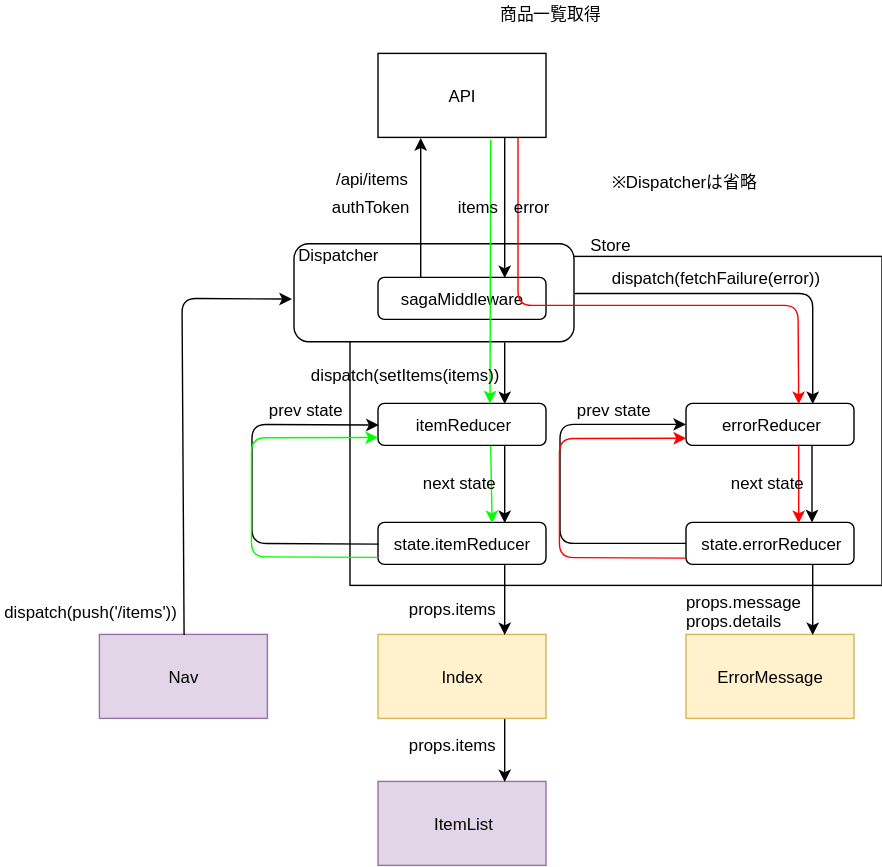
This is diagram/dataFlow/index.svg from emgniddikur/react-app, a draw.io export, as it was before one commit. Source tidied: cells renumbered, new cells last; positions are measured from the earlier drawing's top-left corner, leaving out a move shared by most shapes.
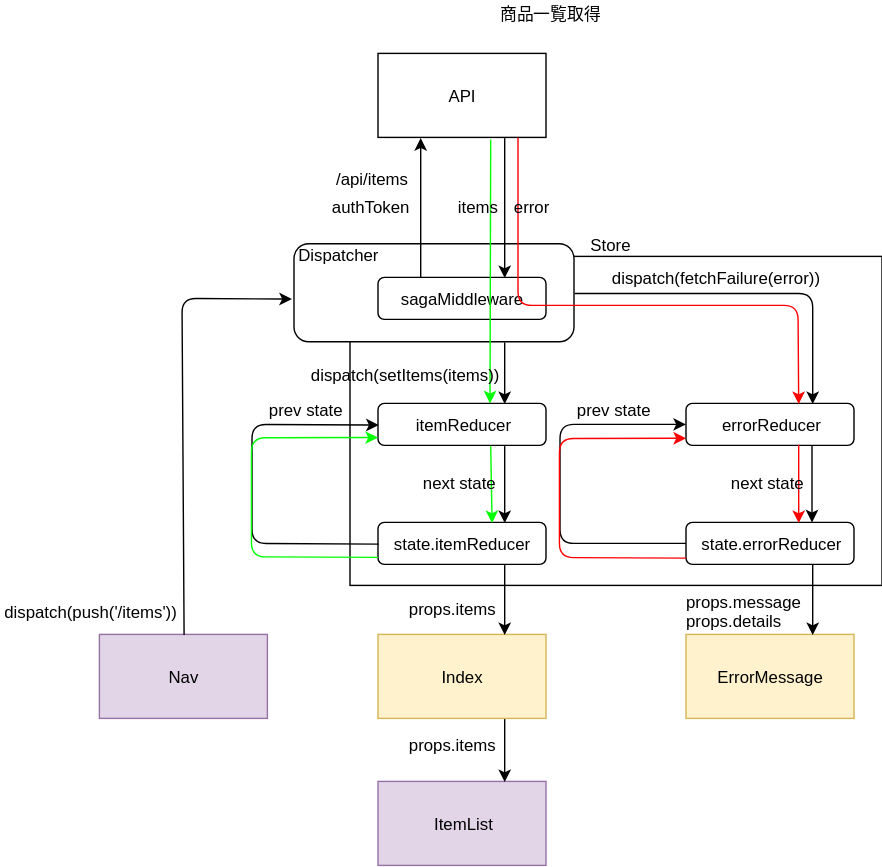
Later version of the same file.

Change to the diagram source:
```diff
@@ -181,9 +181,6 @@
         </Array>
       </mxGeometry>
     </mxCell>
-    <mxCell id="45" value="※Dispatcherは省略" style="text;html=1;align=left;verticalAlign=top;spacingTop=-4;" parent="1" vertex="1">
-      <mxGeometry x="434.5" y="120" width="120" height="20" as="geometry" />
-    </mxCell>
     <mxCell id="46" value="商品一覧取得&lt;br&gt;" style="text;html=1;align=left;verticalAlign=top;spacingTop=-4;" parent="1" vertex="1">
       <mxGeometry x="354.5" width="90" height="20" as="geometry" />
     </mxCell>
```
